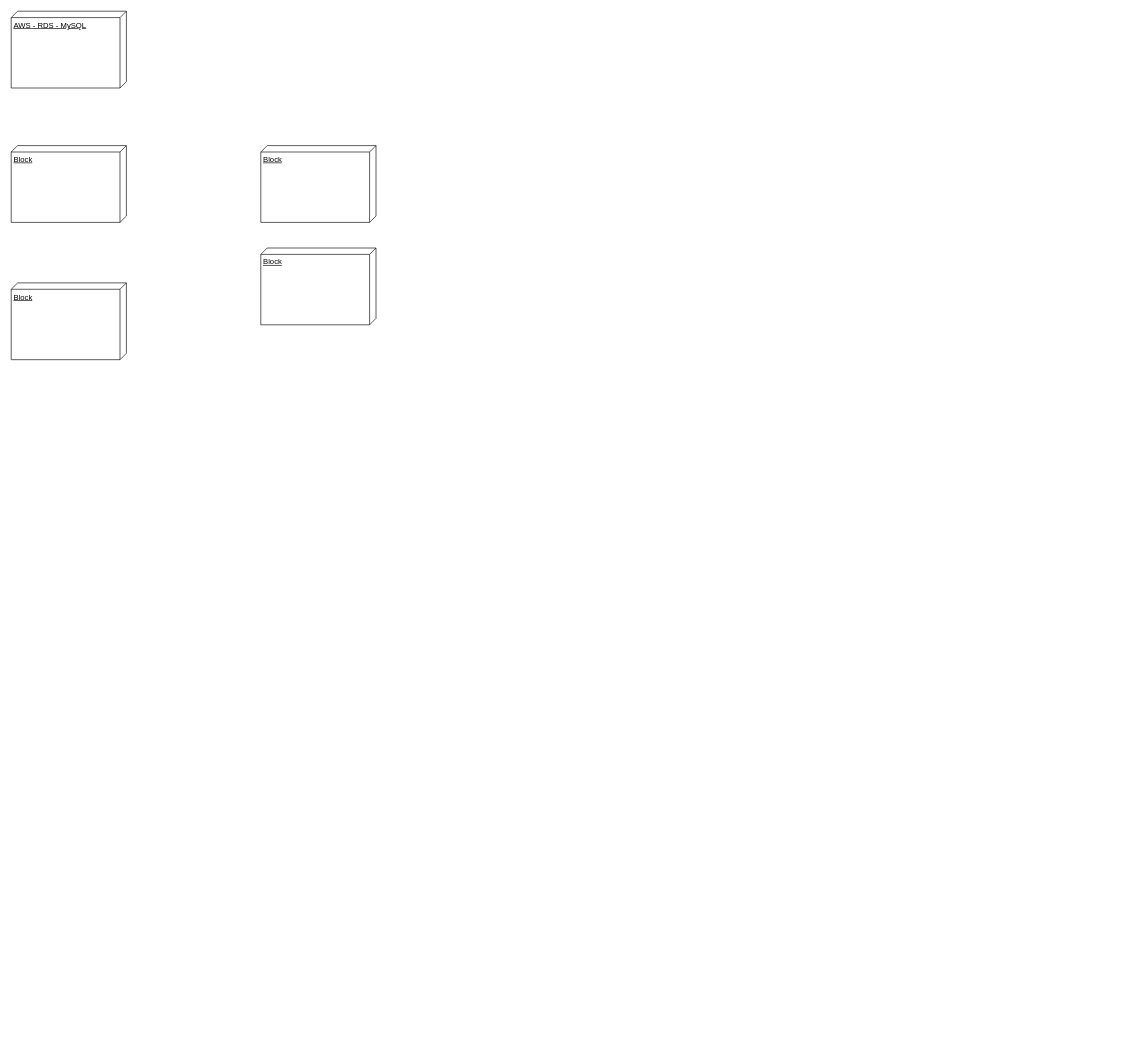
This is documents/diagrama-de-implantacao.drawio from akademicmensch/igti-mba-cybersecurity, a draw.io file, before an edit. Source tidied: cells renumbered, new cells numbered last; positions are measured from the earlier drawing's top-left corner, leaving out a move shared by most shapes. Both pictures are drawn from the tidied source at 64%, with x=0, y=0 at pixel (11, 11).
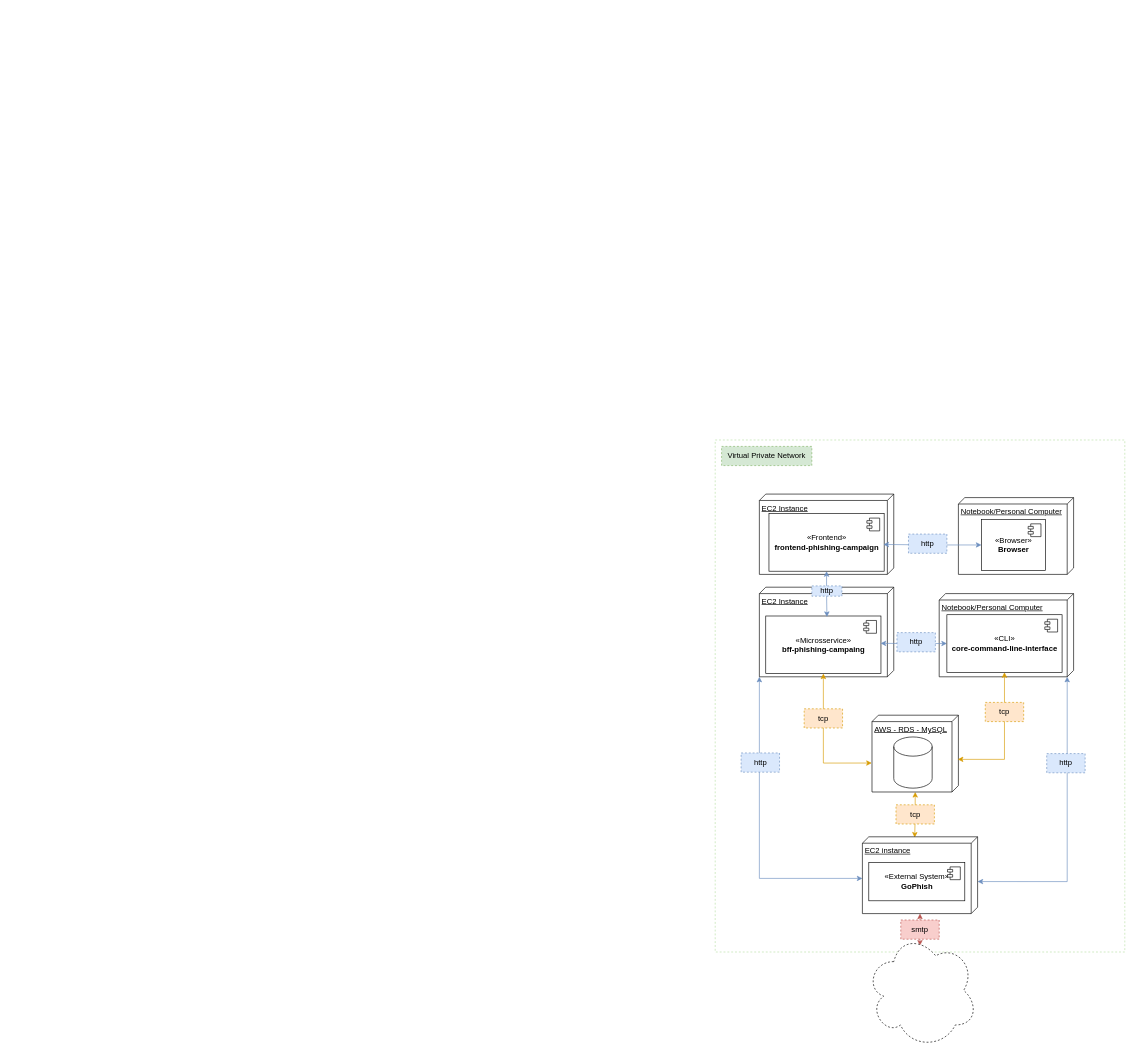
The same page after the edit.

Diff of the diagram source:
```diff
@@
+    <mxCell id="7" style="rounded=0;whiteSpace=wrap;html=1;dashed=1;strokeColor=#B9E0A5;" parent="1" vertex="1">
+      <mxGeometry x="1100" y="670" width="640" height="800" as="geometry" />
+    </mxCell>
+    <mxCell id="8" style="edgeStyle=orthogonalEdgeStyle;rounded=0;jettySize=auto;html=1;entryX=0.01;entryY=0.546;entryDx=0;entryDy=0;entryPerimeter=0;startArrow=classic;startFill=1;fillColor=#ffe6cc;strokeColor=#d79b00;" parent="1" edge="1" source="2" target="32">
+      <mxGeometry relative="1" as="geometry" />
+    </mxCell>
     <mxCell id="2" value="AWS - RDS - MySQL" style="verticalAlign=top;align=left;spacingTop=8;spacingLeft=2;spacingRight=12;shape=cube;size=10;direction=south;fontStyle=4;html=1;" parent="1" vertex="1">
-      <mxGeometry width="180" height="120" as="geometry" />
+      <mxGeometry x="1345" y="1100" width="135" height="120" as="geometry" />
     </mxCell>
-    <mxCell id="3" value="Block" style="verticalAlign=top;align=left;spacingTop=8;spacingLeft=2;spacingRight=12;shape=cube;size=10;direction=south;fontStyle=4;html=1;" parent="1" vertex="1">
-      <mxGeometry y="424.5" width="180" height="120" as="geometry" />
+    <mxCell id="3" value="EC2 Instance" style="verticalAlign=top;align=left;spacingTop=8;spacingLeft=2;spacingRight=12;shape=cube;size=10;direction=south;fontStyle=4;html=1;" parent="1" vertex="1">
+      <mxGeometry x="1169" y="754.5" width="210" height="125.5" as="geometry" />
     </mxCell>
+    <mxCell id="9" style="edgeStyle=orthogonalEdgeStyle;rounded=0;jettySize=auto;html=1;exitX=1;exitY=1;exitDx=0;exitDy=0;exitPerimeter=0;entryX=0;entryY=0;entryDx=65;entryDy=180;entryPerimeter=0;startArrow=classic;startFill=1;fillColor=#dae8fc;strokeColor=#6c8ebf;" parent="1" edge="1" source="4" target="32">
+      <mxGeometry relative="1" as="geometry" />
+    </mxCell>
-    <mxCell id="4" value="Block" style="verticalAlign=top;align=left;spacingTop=8;spacingLeft=2;spacingRight=12;shape=cube;size=10;direction=south;fontStyle=4;html=1;" parent="1" vertex="1">
-      <mxGeometry y="210" width="180" height="120" as="geometry" />
+    <mxCell id="4" value="EC2 Instance" style="verticalAlign=top;align=left;spacingTop=8;spacingLeft=2;spacingRight=12;shape=cube;size=10;direction=south;fontStyle=4;html=1;" parent="1" vertex="1">
+      <mxGeometry x="1169" y="900" width="210" height="140" as="geometry" />
     </mxCell>
-    <mxCell id="5" value="Block" style="verticalAlign=top;align=left;spacingTop=8;spacingLeft=2;spacingRight=12;shape=cube;size=10;direction=south;fontStyle=4;html=1;" parent="1" vertex="1">
-      <mxGeometry x="390" y="210" width="180" height="120" as="geometry" />
+    <mxCell id="5" value="Notebook/Personal Computer" style="verticalAlign=top;align=left;spacingTop=8;spacingLeft=2;spacingRight=12;shape=cube;size=10;direction=south;fontStyle=4;html=1;" parent="1" vertex="1">
+      <mxGeometry x="1480" y="760" width="180" height="120" as="geometry" />
     </mxCell>
+    <mxCell id="10" style="edgeStyle=orthogonalEdgeStyle;rounded=0;jettySize=auto;html=1;exitX=0;exitY=0;exitDx=130;exitDy=10;exitPerimeter=0;entryX=0.583;entryY=0;entryDx=0;entryDy=0;entryPerimeter=0;startArrow=classic;startFill=1;fillColor=#dae8fc;strokeColor=#6c8ebf;" parent="1" edge="1" source="6" target="32">
+      <mxGeometry relative="1" as="geometry" />
+    </mxCell>
-    <mxCell id="6" value="Block" style="verticalAlign=top;align=left;spacingTop=8;spacingLeft=2;spacingRight=12;shape=cube;size=10;direction=south;fontStyle=4;html=1;" parent="1" vertex="1">
-      <mxGeometry x="390" y="370" width="180" height="120" as="geometry" />
+    <mxCell id="6" value="Notebook/Personal Computer" style="verticalAlign=top;align=left;spacingTop=8;spacingLeft=2;spacingRight=12;shape=cube;size=10;direction=south;fontStyle=4;html=1;" parent="1" vertex="1">
+      <mxGeometry x="1450" y="910" width="210" height="130" as="geometry" />
     </mxCell>
+    <mxCell id="11" style="edgeStyle=orthogonalEdgeStyle;rounded=0;jettySize=auto;html=1;exitX=0.5;exitY=1;exitDx=0;exitDy=0;entryX=0.623;entryY=1.003;entryDx=0;entryDy=0;entryPerimeter=0;startArrow=classic;startFill=1;fillColor=#ffe6cc;strokeColor=#d79b00;" parent="1" edge="1" source="12" target="2">
+      <mxGeometry relative="1" as="geometry" />
+    </mxCell>
+    <mxCell id="12" value="«Microsservice»&lt;br&gt;&lt;b&gt;bff-phishing-campaing&lt;/b&gt;" style="html=1;" parent="1" vertex="1">
+      <mxGeometry x="1179" y="945" width="180" height="90" as="geometry" />
+    </mxCell>
+    <mxCell id="13" style="shape=module;jettyWidth=8;jettyHeight=4;" parent="12" vertex="1">
+      <mxGeometry x="1" width="20" height="20" relative="1" as="geometry">
+        <mxPoint x="-27" y="7" as="offset" />
+      </mxGeometry>
+    </mxCell>
+    <mxCell id="14" style="shape=cylinder3;whiteSpace=wrap;html=1;boundedLbl=1;backgroundOutline=1;size=15;" parent="1" vertex="1">
+      <mxGeometry x="1379" y="1134" width="60" height="80" as="geometry" />
+    </mxCell>
+    <mxCell id="15" style="edgeStyle=orthogonalEdgeStyle;rounded=0;jettySize=auto;html=1;exitX=0.5;exitY=1;exitDx=0;exitDy=0;entryX=0.531;entryY=0.016;entryDx=0;entryDy=0;entryPerimeter=0;startArrow=classic;startFill=1;fillColor=#dae8fc;strokeColor=#6c8ebf;" parent="1" edge="1" source="16" target="12">
+      <mxGeometry relative="1" as="geometry" />
+    </mxCell>
+    <mxCell id="16" value="«Frontend»&lt;br&gt;&lt;b&gt;frontend-phishing-campaign&lt;/b&gt;" style="html=1;" parent="1" vertex="1">
+      <mxGeometry x="1184" y="785" width="180" height="90" as="geometry" />
+    </mxCell>
+    <mxCell id="17" style="shape=module;jettyWidth=8;jettyHeight=4;" parent="16" vertex="1">
+      <mxGeometry x="1" width="20" height="20" relative="1" as="geometry">
+        <mxPoint x="-27" y="7" as="offset" />
+      </mxGeometry>
+    </mxCell>
+    <mxCell id="18" style="edgeStyle=orthogonalEdgeStyle;rounded=0;jettySize=auto;html=1;entryX=0.575;entryY=0.007;entryDx=0;entryDy=0;entryPerimeter=0;startArrow=classic;startFill=1;fillColor=#ffe6cc;strokeColor=#d79b00;" parent="1" edge="1" source="20" target="2">
+      <mxGeometry relative="1" as="geometry" />
+    </mxCell>
+    <mxCell id="19" style="edgeStyle=orthogonalEdgeStyle;rounded=0;jettySize=auto;html=1;exitX=0;exitY=0.5;exitDx=0;exitDy=0;entryX=0.997;entryY=0.475;entryDx=0;entryDy=0;entryPerimeter=0;startArrow=classic;startFill=1;fillColor=#dae8fc;strokeColor=#6c8ebf;" parent="1" edge="1" source="20" target="12">
+      <mxGeometry relative="1" as="geometry" />
+    </mxCell>
+    <mxCell id="20" value="«CLI»&lt;br&gt;&lt;b&gt;core-command-line-interface&lt;/b&gt;" style="html=1;" parent="1" vertex="1">
+      <mxGeometry x="1462" y="943" width="180" height="90" as="geometry" />
+    </mxCell>
+    <mxCell id="21" style="shape=module;jettyWidth=8;jettyHeight=4;" parent="20" vertex="1">
+      <mxGeometry x="1" width="20" height="20" relative="1" as="geometry">
+        <mxPoint x="-27" y="7" as="offset" />
+      </mxGeometry>
+    </mxCell>
+    <mxCell id="22" style="edgeStyle=orthogonalEdgeStyle;rounded=0;jettySize=auto;html=1;exitX=0;exitY=0.5;exitDx=0;exitDy=0;entryX=0.994;entryY=0.536;entryDx=0;entryDy=0;entryPerimeter=0;startArrow=classic;startFill=1;fillColor=#dae8fc;strokeColor=#6c8ebf;" parent="1" edge="1" source="23" target="16">
+      <mxGeometry relative="1" as="geometry" />
+    </mxCell>
+    <mxCell id="23" value="«Browser»&lt;br&gt;&lt;b&gt;Browser&lt;/b&gt;" style="html=1;" parent="1" vertex="1">
+      <mxGeometry x="1516" y="794" width="100" height="80" as="geometry" />
+    </mxCell>
+    <mxCell id="24" style="shape=module;jettyWidth=8;jettyHeight=4;" parent="23" vertex="1">
+      <mxGeometry x="1" width="20" height="20" relative="1" as="geometry">
+        <mxPoint x="-27" y="7" as="offset" />
+      </mxGeometry>
+    </mxCell>
+    <mxCell id="25" value="Virtual Private Network" style="text;html=1;strokeColor=#82b366;fillColor=#d5e8d4;align=center;verticalAlign=middle;whiteSpace=wrap;rounded=0;dashed=1;" parent="1" vertex="1">
+      <mxGeometry x="1110" y="680" width="141" height="30" as="geometry" />
+    </mxCell>
+    <mxCell id="26" value="http" style="text;html=1;strokeColor=#6c8ebf;fillColor=#dae8fc;align=center;verticalAlign=middle;whiteSpace=wrap;rounded=0;dashed=1;" parent="1" vertex="1">
+      <mxGeometry x="1402" y="817" width="60" height="30" as="geometry" />
+    </mxCell>
+    <mxCell id="27" value="http" style="text;html=1;strokeColor=#6c8ebf;fillColor=#dae8fc;align=center;verticalAlign=middle;whiteSpace=wrap;rounded=0;dashed=1;" parent="1" vertex="1">
+      <mxGeometry x="1251" y="898" width="47" height="16" as="geometry" />
+    </mxCell>
+    <mxCell id="28" value="http" style="text;html=1;strokeColor=#6c8ebf;fillColor=#dae8fc;align=center;verticalAlign=middle;whiteSpace=wrap;rounded=0;dashed=1;" parent="1" vertex="1">
+      <mxGeometry x="1384" y="971" width="60" height="30" as="geometry" />
+    </mxCell>
+    <mxCell id="29" value="tcp" style="text;html=1;strokeColor=#d79b00;fillColor=#ffe6cc;align=center;verticalAlign=middle;whiteSpace=wrap;rounded=0;dashed=1;" parent="1" vertex="1">
+      <mxGeometry x="1522" y="1080" width="60" height="30" as="geometry" />
+    </mxCell>
+    <mxCell id="30" value="tcp" style="text;html=1;strokeColor=#d79b00;fillColor=#ffe6cc;align=center;verticalAlign=middle;whiteSpace=wrap;rounded=0;dashed=1;" parent="1" vertex="1">
+      <mxGeometry x="1239" y="1090" width="60" height="30" as="geometry" />
+    </mxCell>
+    <mxCell id="31" style="edgeStyle=orthogonalEdgeStyle;rounded=0;jettySize=auto;html=1;entryX=0.484;entryY=0.111;entryDx=0;entryDy=0;entryPerimeter=0;startArrow=classic;startFill=1;fillColor=#f8cecc;strokeColor=#b85450;" parent="1" edge="1" source="32" target="37">
+      <mxGeometry relative="1" as="geometry" />
+    </mxCell>
+    <mxCell id="32" value="EC2 instance" style="verticalAlign=top;align=left;spacingTop=8;spacingLeft=2;spacingRight=12;shape=cube;size=10;direction=south;fontStyle=4;html=1;" parent="1" vertex="1">
+      <mxGeometry x="1330" y="1290" width="180" height="120" as="geometry" />
+    </mxCell>
+    <mxCell id="33" value="«External System»&lt;br&gt;&lt;b&gt;GoPhish&lt;/b&gt;" style="html=1;" parent="1" vertex="1">
+      <mxGeometry x="1340" y="1330" width="150" height="60" as="geometry" />
+    </mxCell>
+    <mxCell id="34" style="shape=module;jettyWidth=8;jettyHeight=4;" parent="33" vertex="1">
+      <mxGeometry x="1" width="20" height="20" relative="1" as="geometry">
+        <mxPoint x="-27" y="7" as="offset" />
+      </mxGeometry>
+    </mxCell>
+    <mxCell id="35" value="http" style="text;html=1;strokeColor=#6c8ebf;fillColor=#dae8fc;align=center;verticalAlign=middle;whiteSpace=wrap;rounded=0;dashed=1;" parent="1" vertex="1">
+      <mxGeometry x="1140.5" y="1159" width="60" height="30" as="geometry" />
+    </mxCell>
+    <mxCell id="36" value="http" style="text;html=1;strokeColor=#6c8ebf;fillColor=#dae8fc;align=center;verticalAlign=middle;whiteSpace=wrap;rounded=0;dashed=1;" parent="1" vertex="1">
+      <mxGeometry x="1618" y="1160" width="60" height="30" as="geometry" />
+    </mxCell>
+    <mxCell id="37" style="ellipse;shape=cloud;whiteSpace=wrap;html=1;dashed=1;" parent="1" vertex="1">
+      <mxGeometry x="1335.5" y="1440" width="174.5" height="180" as="geometry" />
+    </mxCell>
+    <mxCell id="38" value="smtp" style="text;html=1;strokeColor=#b85450;fillColor=#f8cecc;align=center;verticalAlign=middle;whiteSpace=wrap;rounded=0;dashed=1;" parent="1" vertex="1">
+      <mxGeometry x="1390" y="1420" width="60" height="30" as="geometry" />
+    </mxCell>
+    <mxCell id="39" value="tcp" style="text;html=1;strokeColor=#d79b00;fillColor=#ffe6cc;align=center;verticalAlign=middle;whiteSpace=wrap;rounded=0;dashed=1;" parent="1" vertex="1">
+      <mxGeometry x="1382.5" y="1240" width="60" height="30" as="geometry" />
+    </mxCell>
```
